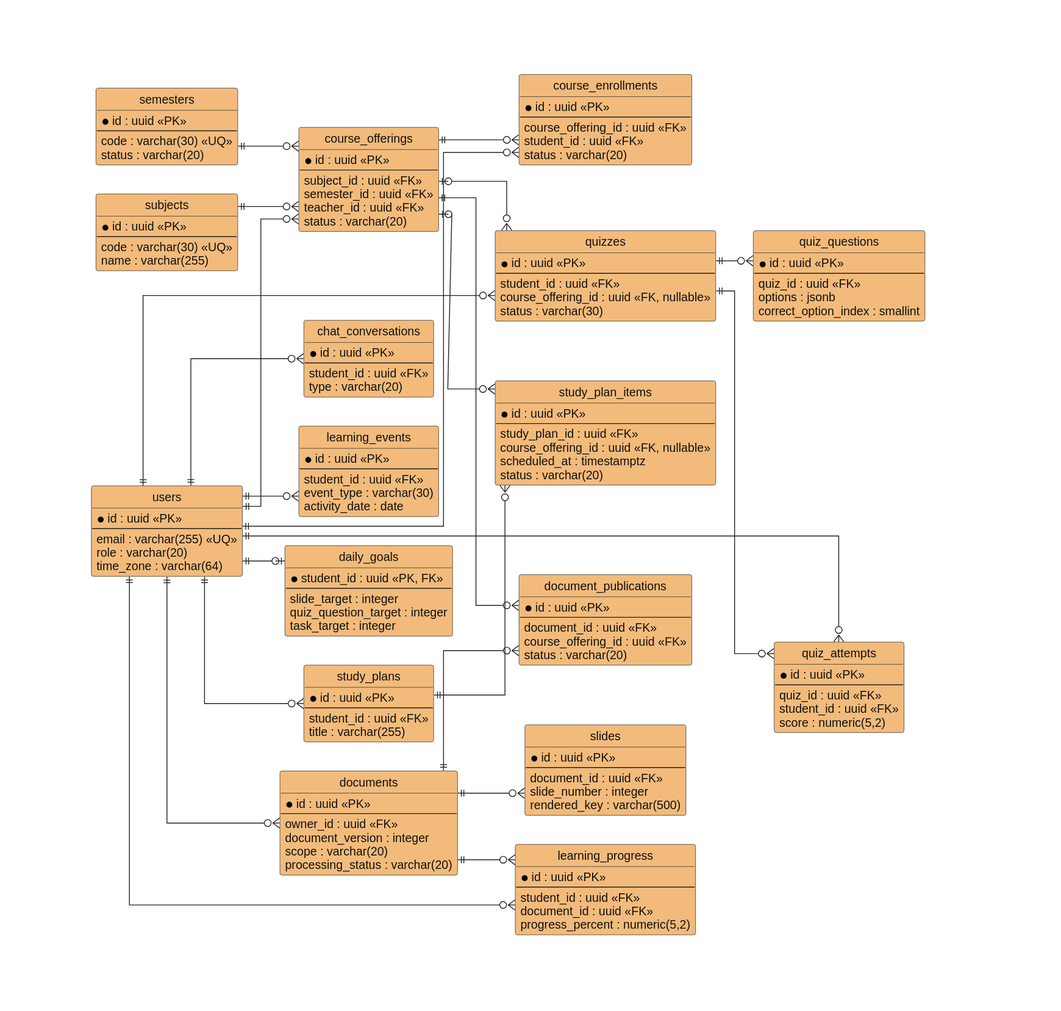
This is docs/diagrams/chuong-3/erd-logical-02-entity-overview.svg from bch7504/DATN, a PlantUML export, as it was before one commit.
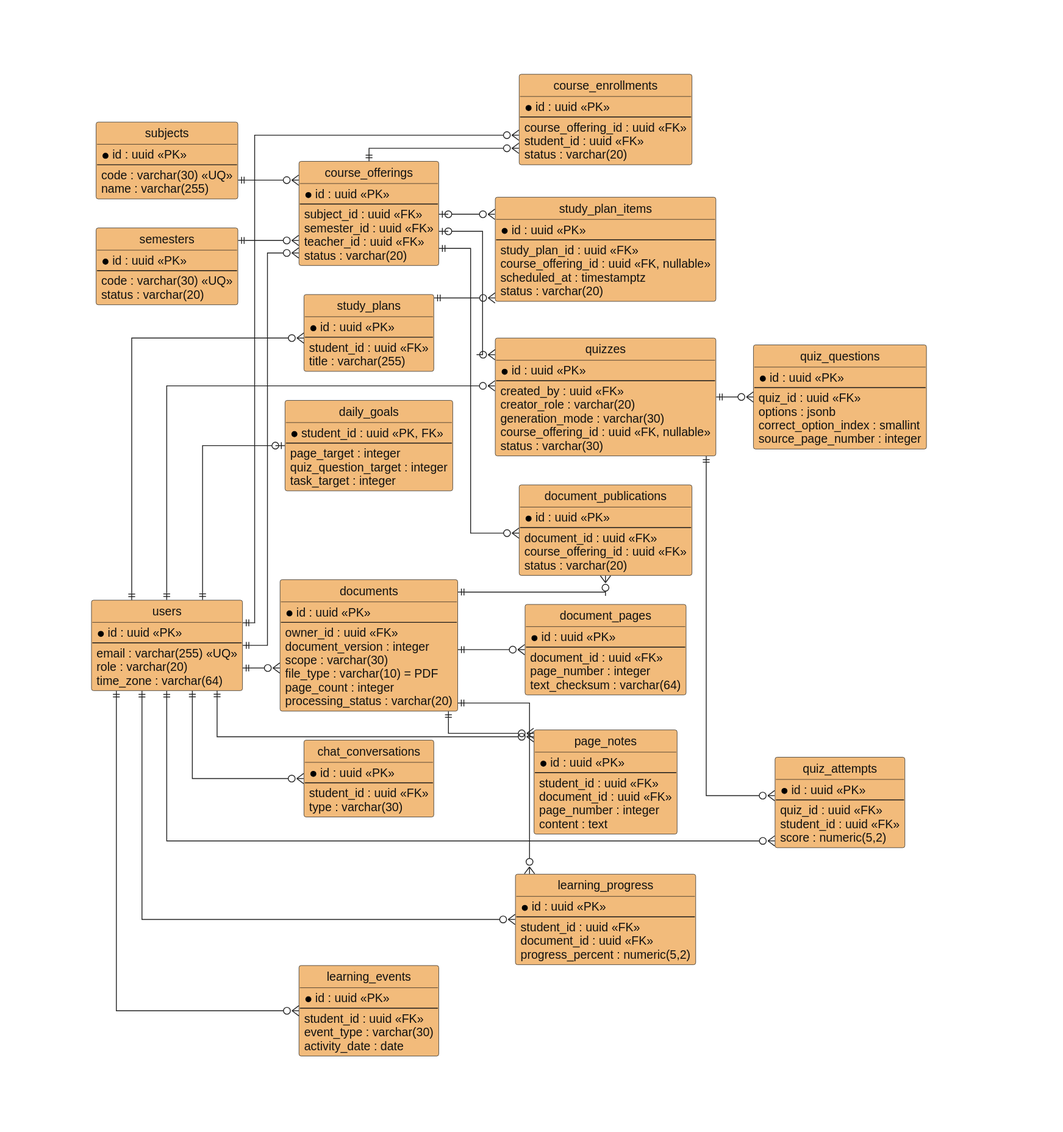
The same diagram one commit later.

The edit, as a diff of the source:
```diff
@@ -12,34 +12,29 @@
 skinparam EntityBorderColor #222222
 skinparam EntityFontColor #111111
 skinparam EntityAttributeFontColor #111111
-skinparam ClassBackgroundColor #F2BB7B
-skinparam ClassBorderColor #222222
-skinparam ClassHeaderBackgroundColor #F2BB7B
-skinparam ClassFontColor #111111
-skinparam ClassAttributeFontColor #111111
 hide circle
 left to right direction
 
-entity "users" as users {
+entity "users" as users #F2BB7B {
   * id : uuid <<PK>>
   --
   email : varchar(255) <<UQ>>
   role : varchar(20)
   time_zone : varchar(64)
 }
-entity "subjects" as subjects {
+entity "subjects" as subjects #F2BB7B {
   * id : uuid <<PK>>
   --
   code : varchar(30) <<UQ>>
   name : varchar(255)
 }
-entity "semesters" as semesters {
+entity "semesters" as semesters #F2BB7B {
   * id : uuid <<PK>>
   --
   code : varchar(30) <<UQ>>
   status : varchar(20)
 }
-entity "course_offerings" as offerings {
+entity "course_offerings" as offerings #F2BB7B {
   * id : uuid <<PK>>
   --
   subject_id : uuid <<FK>>
@@ -47,90 +42,103 @@
   teacher_id : uuid <<FK>>
   status : varchar(20)
 }
-entity "course_enrollments" as enrollments {
+entity "course_enrollments" as enrollments #F2BB7B {
   * id : uuid <<PK>>
   --
   course_offering_id : uuid <<FK>>
   student_id : uuid <<FK>>
   status : varchar(20)
 }
-entity "documents" as documents {
+entity "documents" as documents #F2BB7B {
   * id : uuid <<PK>>
   --
   owner_id : uuid <<FK>>
   document_version : integer
-  scope : varchar(20)
+  scope : varchar(30)
+  file_type : varchar(10) = PDF
+  page_count : integer
   processing_status : varchar(20)
 }
-entity "document_publications" as publications {
+entity "document_publications" as publications #F2BB7B {
   * id : uuid <<PK>>
   --
   document_id : uuid <<FK>>
   course_offering_id : uuid <<FK>>
   status : varchar(20)
 }
-entity "slides" as slides {
+entity "document_pages" as pages #F2BB7B {
   * id : uuid <<PK>>
   --
   document_id : uuid <<FK>>
-  slide_number : integer
-  rendered_key : varchar(500)
+  page_number : integer
+  text_checksum : varchar(64)
 }
-entity "chat_conversations" as conversations {
+entity "page_notes" as notes #F2BB7B {
   * id : uuid <<PK>>
   --
   student_id : uuid <<FK>>
-  type : varchar(20)
+  document_id : uuid <<FK>>
+  page_number : integer
+  content : text
 }
-entity "quizzes" as quizzes {
+entity "chat_conversations" as conversations #F2BB7B {
   * id : uuid <<PK>>
   --
   student_id : uuid <<FK>>
+  type : varchar(30)
+}
+entity "quizzes" as quizzes #F2BB7B {
+  * id : uuid <<PK>>
+  --
+  created_by : uuid <<FK>>
+  creator_role : varchar(20)
+  generation_mode : varchar(30)
   course_offering_id : uuid <<FK, nullable>>
   status : varchar(30)
 }
-entity "quiz_questions" as questions {
+entity "quiz_questions" as questions #F2BB7B {
   * id : uuid <<PK>>
   --
   quiz_id : uuid <<FK>>
   options : jsonb
   correct_option_index : smallint
+  source_page_number : integer
 }
-entity "quiz_attempts" as attempts {
+entity "quiz_attempts" as attempts #F2BB7B {
   * id : uuid <<PK>>
   --
   quiz_id : uuid <<FK>>
   student_id : uuid <<FK>>
   score : numeric(5,2)
 }
-entity "learning_events" as events {
+entity "learning_events" as events #F2BB7B {
   * id : uuid <<PK>>
   --
   student_id : uuid <<FK>>
   event_type : varchar(30)
   activity_date : date
 }
-entity "learning_progress" as progress {
+entity "learning_progress" as progress #F2BB7B {
   * id : uuid <<PK>>
   --
   student_id : uuid <<FK>>
   document_id : uuid <<FK>>
   progress_percent : numeric(5,2)
 }
-entity "daily_goals" as goals {
+entity "daily_goals" as goals #F2BB7B {
   * student_id : uuid <<PK, FK>>
   --
-  slide_target : integer
+  page_target : integer
   quiz_question_target : integer
   task_target : integer
 }
-entity "study_plans" as plans {
+entity "study_plans" as plans #F2BB7B {
   * id : uuid <<PK>>
   --
   student_id : uuid <<FK>>
   title : varchar(255)
 }
-entity "study_plan_items" as plan_items {
+entity "study_plan_items" as plan_items #F2BB7B {
   * id : uuid <<PK>>
   --
   study_plan_id : uuid <<FK>>
@@ -147,7 +155,9 @@
 users ||--o{ documents
 documents ||--o{ publications
 offerings ||--o{ publications
-documents ||--o{ slides
+documents ||--o{ pages
+users ||--o{ notes
+documents ||--o{ notes
 users ||--o{ conversations
 users ||--o{ quizzes
 offerings |o--o{ quizzes
```
